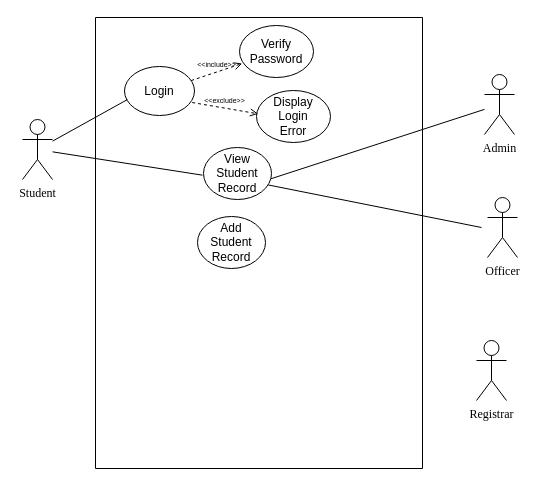
MrkDchvz/grocery_system keeps this draw.io diagram as sql/Untitled Diagram.drawio. Above is the earlier version. Source tidied: cells renumbered, new cells numbered last; positions are measured from the earlier drawing's top-left corner, leaving out a move shared by most shapes. Both pictures are drawn from the tidied source at 100%, with x=0, y=0 at pixel (22, 17).
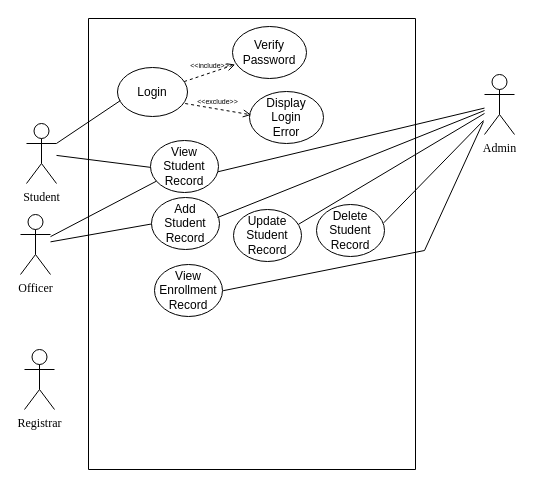
The same diagram, later.

The change refers to these unchanged cells:
```xml
<mxCell id="2" value="&lt;font face=&quot;Times New Roman&quot;&gt;Admin&lt;/font&gt;" style="shape=umlActor;verticalLabelPosition=bottom;verticalAlign=top;html=1;outlineConnect=0;" parent="1" vertex="1">
  <mxGeometry x="462" y="57" width="30" height="60" as="geometry" />
</mxCell>
```

Change to the diagram source:
```diff
@@
     <mxCell id="3" value="&lt;font face=&quot;Times New Roman&quot;&gt;Officer&lt;/font&gt;" style="shape=umlActor;verticalLabelPosition=bottom;verticalAlign=top;html=1;outlineConnect=0;" parent="1" vertex="1">
-      <mxGeometry x="465" y="180" width="30" height="60" as="geometry" />
+      <mxGeometry x="-2" y="197" width="30" height="60" as="geometry" />
     </mxCell>
     <mxCell id="4" value="&lt;font face=&quot;Times New Roman&quot;&gt;Student&lt;/font&gt;" style="shape=umlActor;verticalLabelPosition=bottom;verticalAlign=top;html=1;outlineConnect=0;" parent="1" vertex="1">
-      <mxGeometry y="102" width="30" height="60" as="geometry" />
+      <mxGeometry x="4" y="106" width="30" height="60" as="geometry" />
     </mxCell>
     <mxCell id="5" value="&lt;font face=&quot;Times New Roman&quot;&gt;Registrar&lt;/font&gt;" style="shape=umlActor;verticalLabelPosition=bottom;verticalAlign=top;html=1;" parent="1" vertex="1">
-      <mxGeometry x="454" y="323" width="30" height="60" as="geometry" />
+      <mxGeometry x="2" y="332" width="30" height="60" as="geometry" />
     </mxCell>
     <mxCell id="6" style="swimlane;startSize=0;" parent="1" vertex="1">
-      <mxGeometry x="73" width="327" height="451" as="geometry" />
+      <mxGeometry x="66" y="1" width="327" height="451" as="geometry" />
     </mxCell>
@@
     <mxCell id="12" value="&lt;div&gt;View &lt;br&gt;&lt;/div&gt;&lt;div&gt;Student &lt;br&gt;&lt;/div&gt;&lt;div&gt;Record&lt;br&gt;&lt;/div&gt;" style="ellipse;whiteSpace=wrap;html=1;" parent="6" vertex="1">
-      <mxGeometry x="108" y="130" width="68" height="52" as="geometry" />
+      <mxGeometry x="62" y="122" width="68" height="52" as="geometry" />
     </mxCell>
     <mxCell id="13" value="&lt;div&gt;Add&lt;br&gt;&lt;/div&gt;&lt;div&gt;Student &lt;br&gt;&lt;/div&gt;&lt;div&gt;Record&lt;br&gt;&lt;/div&gt;" style="ellipse;whiteSpace=wrap;html=1;" parent="6" vertex="1">
-      <mxGeometry x="102" y="199" width="68" height="52" as="geometry" />
+      <mxGeometry x="63" y="179" width="68" height="52" as="geometry" />
     </mxCell>
+    <mxCell id="18" value="&lt;div&gt;Update&lt;br&gt;&lt;/div&gt;&lt;div&gt;Student &lt;br&gt;&lt;/div&gt;&lt;div&gt;Record&lt;br&gt;&lt;/div&gt;" style="ellipse;whiteSpace=wrap;html=1;" parent="6" vertex="1">
+      <mxGeometry x="145" y="191" width="68" height="52" as="geometry" />
+    </mxCell>
+    <mxCell id="19" value="&lt;div&gt;Delete&lt;br&gt;&lt;/div&gt;&lt;div&gt;Student &lt;br&gt;&lt;/div&gt;&lt;div&gt;Record&lt;br&gt;&lt;/div&gt;" style="ellipse;whiteSpace=wrap;html=1;" parent="6" vertex="1">
+      <mxGeometry x="228" y="186" width="68" height="52" as="geometry" />
+    </mxCell>
+    <mxCell id="20" value="&lt;div&gt;View&lt;br&gt;&lt;/div&gt;&lt;div&gt;Enrollment&lt;br&gt;&lt;/div&gt;&lt;div&gt;Record&lt;br&gt;&lt;/div&gt;" style="ellipse;whiteSpace=wrap;html=1;" parent="6" vertex="1">
+      <mxGeometry x="66" y="246" width="68" height="52" as="geometry" />
+    </mxCell>
@@
-    <mxCell id="15" style="endArrow=none;html=1;rounded=0;entryX=-0.015;entryY=0.532;entryDx=0;entryDy=0;entryPerimeter=0;" parent="1" edge="1" source="4" target="12">
+    <mxCell id="15" style="endArrow=none;html=1;rounded=0;entryX=-0.002;entryY=0.516;entryDx=0;entryDy=0;entryPerimeter=0;" parent="1" edge="1" source="4" target="12">
       <mxGeometry relative="1" as="geometry" />
     </mxCell>
@@
-    <mxCell id="17" style="endArrow=none;html=1;rounded=0;exitX=0.952;exitY=0.72;exitDx=0;exitDy=0;exitPerimeter=0;" parent="1" edge="1" source="12">
-      <mxGeometry relative="1" as="geometry">
-        <mxPoint x="459" y="210" as="targetPoint" />
-      </mxGeometry>
+    <mxCell id="17" style="endArrow=none;html=1;rounded=0;" parent="1" edge="1" source="12" target="3">
+      <mxGeometry relative="1" as="geometry" />
     </mxCell>
+    <mxCell id="21" style="endArrow=none;html=1;rounded=0;entryX=0.001;entryY=0.509;entryDx=0;entryDy=0;entryPerimeter=0;" parent="1" edge="1" source="3" target="13">
+      <mxGeometry relative="1" as="geometry" />
+    </mxCell>
+    <mxCell id="22" style="endArrow=none;html=1;rounded=0;exitX=0.971;exitY=0.385;exitDx=0;exitDy=0;exitPerimeter=0;" parent="1" edge="1" source="13" target="2">
+      <mxGeometry relative="1" as="geometry" />
+    </mxCell>
+    <mxCell id="23" style="endArrow=none;html=1;rounded=0;exitX=0.954;exitY=0.286;exitDx=0;exitDy=0;exitPerimeter=0;" parent="1" edge="1" source="18" target="2">
+      <mxGeometry relative="1" as="geometry" />
+    </mxCell>
+    <mxCell id="24" style="endArrow=none;html=1;rounded=0;exitX=0.988;exitY=0.353;exitDx=0;exitDy=0;exitPerimeter=0;" parent="1" edge="1" source="19">
+      <mxGeometry relative="1" as="geometry">
+        <mxPoint x="461" y="103" as="targetPoint" />
+      </mxGeometry>
+    </mxCell>
+    <mxCell id="25" style="endArrow=none;html=1;rounded=0;exitX=1.009;exitY=0.504;exitDx=0;exitDy=0;exitPerimeter=0;" parent="1" edge="1" source="20">
+      <mxGeometry relative="1" as="geometry">
+        <mxPoint x="461" y="104" as="targetPoint" />
+        <Array as="points">
+          <mxPoint x="402" y="233" />
+        </Array>
+      </mxGeometry>
+    </mxCell>
```
